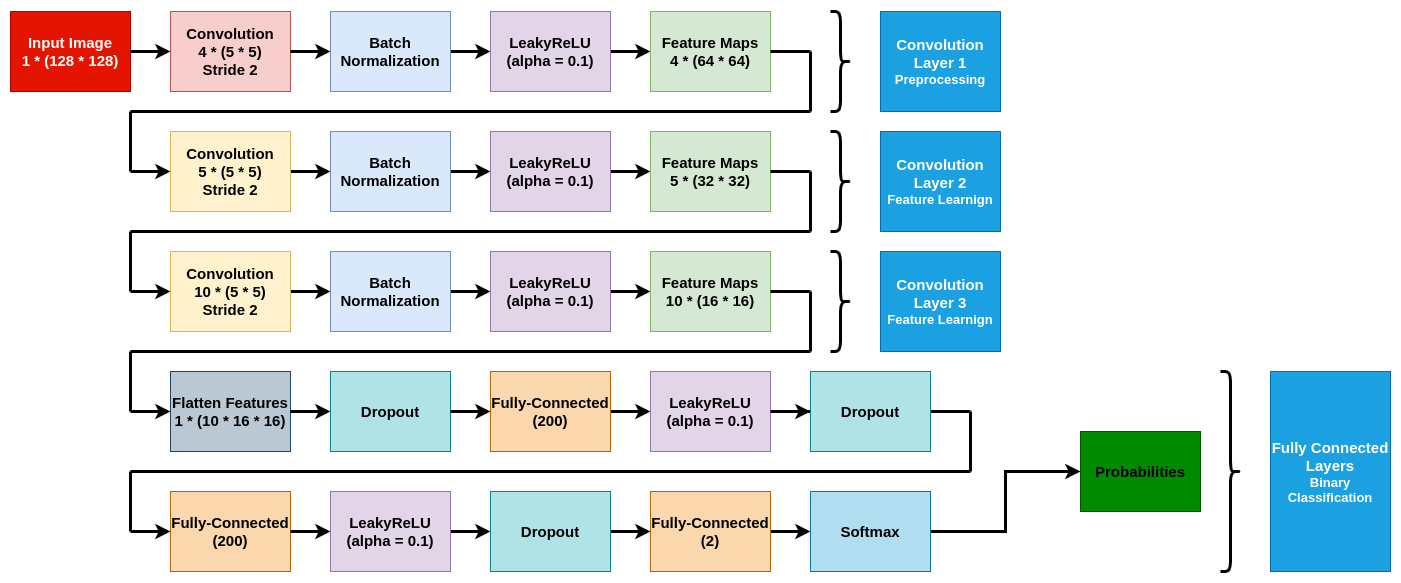
Above: analysis/Catalyst Kernels/static/model-V1.2.0.png in EmadHelmi/steganalysis (draw.io), before the change. Source tidied: cells renumbered, new cells last; positions are measured from the earlier drawing's top-left corner, leaving out a move shared by most shapes.
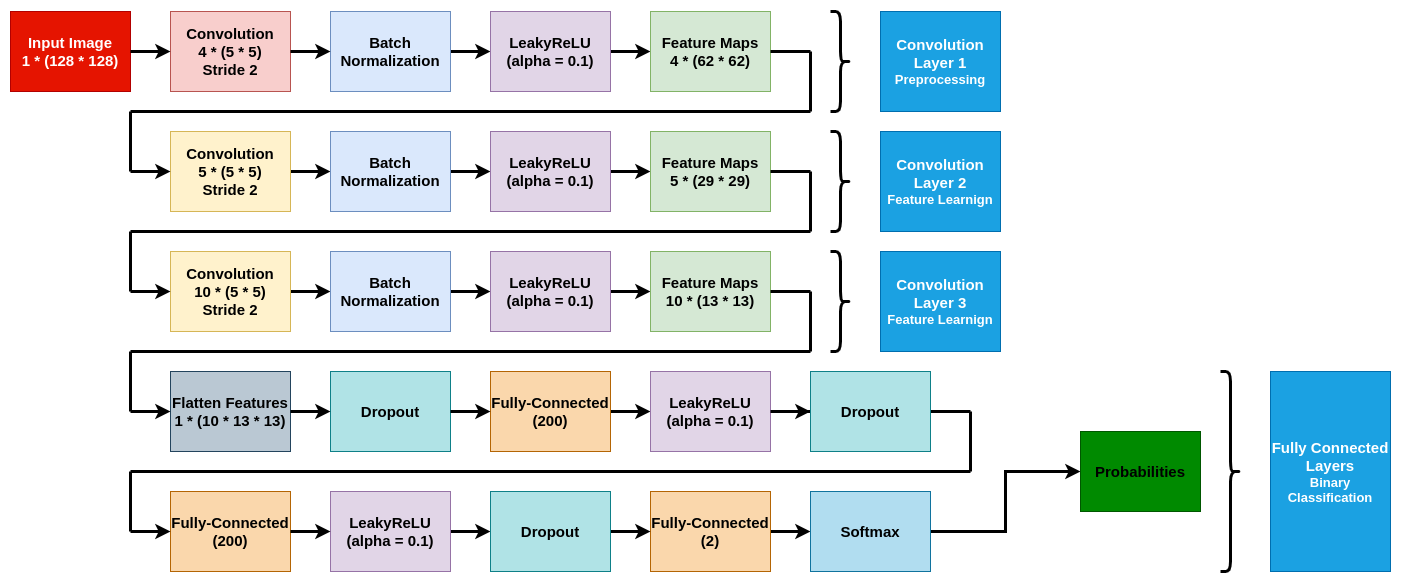
After the commit.

Commit message:
Add model 1.4.0, Change diagrams, Change Atrous to Conv2D

Change to the diagram source:
```diff
@@ -20,7 +20,7 @@
     <mxCell id="7" value="&lt;b style=&quot;font-size: 15px&quot;&gt;LeakyReLU&lt;br&gt;(alpha = 0.1)&lt;/b&gt;" style="rounded=0;whiteSpace=wrap;html=1;fillColor=#e1d5e7;strokeColor=#9673a6;" parent="1" vertex="1">
       <mxGeometry x="480" width="120" height="80" as="geometry" />
     </mxCell>
-    <mxCell id="8" value="&lt;b style=&quot;font-size: 15px&quot;&gt;Feature Maps&lt;br&gt;4 * (64 * 64)&lt;/b&gt;" style="rounded=0;whiteSpace=wrap;html=1;fillColor=#d5e8d4;strokeColor=#82b366;" parent="1" vertex="1">
+    <mxCell id="8" value="&lt;b style=&quot;font-size: 15px&quot;&gt;Feature Maps&lt;br&gt;4 * (62 * 62)&lt;/b&gt;" style="rounded=0;whiteSpace=wrap;html=1;fillColor=#d5e8d4;strokeColor=#82b366;" parent="1" vertex="1">
       <mxGeometry x="640" width="120" height="80" as="geometry" />
     </mxCell>
     <mxCell id="9" style="edgeStyle=orthogonalEdgeStyle;rounded=0;jettySize=auto;html=1;strokeWidth=3;" parent="1" edge="1" source="10" target="12">
@@ -41,7 +41,7 @@
     <mxCell id="14" value="&lt;b style=&quot;font-size: 15px&quot;&gt;LeakyReLU&lt;br&gt;(alpha = 0.1)&lt;/b&gt;" style="rounded=0;whiteSpace=wrap;html=1;fillColor=#e1d5e7;strokeColor=#9673a6;" parent="1" vertex="1">
       <mxGeometry x="480" y="120" width="120" height="80" as="geometry" />
     </mxCell>
-    <mxCell id="15" value="&lt;b style=&quot;font-size: 15px&quot;&gt;Feature Maps&lt;br&gt;5 * (32 * 32)&lt;/b&gt;" style="rounded=0;whiteSpace=wrap;html=1;fillColor=#d5e8d4;strokeColor=#82b366;" parent="1" vertex="1">
+    <mxCell id="15" value="&lt;b style=&quot;font-size: 15px&quot;&gt;Feature Maps&lt;br&gt;5 * (29 * 29)&lt;/b&gt;" style="rounded=0;whiteSpace=wrap;html=1;fillColor=#d5e8d4;strokeColor=#82b366;" parent="1" vertex="1">
       <mxGeometry x="640" y="120" width="120" height="80" as="geometry" />
     </mxCell>
     <mxCell id="16" style="edgeStyle=orthogonalEdgeStyle;rounded=0;jettySize=auto;html=1;strokeWidth=3;" parent="1" edge="1" source="17" target="19">
@@ -62,10 +62,10 @@
     <mxCell id="21" value="&lt;b style=&quot;font-size: 15px&quot;&gt;LeakyReLU&lt;br&gt;(alpha = 0.1)&lt;/b&gt;" style="rounded=0;whiteSpace=wrap;html=1;fillColor=#e1d5e7;strokeColor=#9673a6;" parent="1" vertex="1">
       <mxGeometry x="480" y="240" width="120" height="80" as="geometry" />
     </mxCell>
-    <mxCell id="22" value="&lt;b style=&quot;font-size: 15px&quot;&gt;Feature Maps&lt;br&gt;10 * (16 * 16)&lt;/b&gt;" style="rounded=0;whiteSpace=wrap;html=1;fillColor=#d5e8d4;strokeColor=#82b366;" parent="1" vertex="1">
+    <mxCell id="22" value="&lt;b style=&quot;font-size: 15px&quot;&gt;Feature Maps&lt;br&gt;10 * (13 * 13)&lt;/b&gt;" style="rounded=0;whiteSpace=wrap;html=1;fillColor=#d5e8d4;strokeColor=#82b366;" parent="1" vertex="1">
       <mxGeometry x="640" y="240" width="120" height="80" as="geometry" />
     </mxCell>
-    <mxCell id="23" value="&lt;b style=&quot;font-size: 15px&quot;&gt;Flatten Features&lt;br&gt;1 * (10 * 16 * 16)&lt;/b&gt;" style="rounded=0;whiteSpace=wrap;html=1;fillColor=#bac8d3;strokeColor=#23445d;" parent="1" vertex="1">
+    <mxCell id="23" value="&lt;b style=&quot;font-size: 15px&quot;&gt;Flatten Features&lt;br&gt;1 * (10 * 13 * 13)&lt;/b&gt;" style="rounded=0;whiteSpace=wrap;html=1;fillColor=#bac8d3;strokeColor=#23445d;" parent="1" vertex="1">
       <mxGeometry x="160" y="360" width="120" height="80" as="geometry" />
     </mxCell>
     <mxCell id="24" style="edgeStyle=orthogonalEdgeStyle;rounded=0;jettySize=auto;html=1;strokeWidth=3;" parent="1" edge="1" target="27">
```
